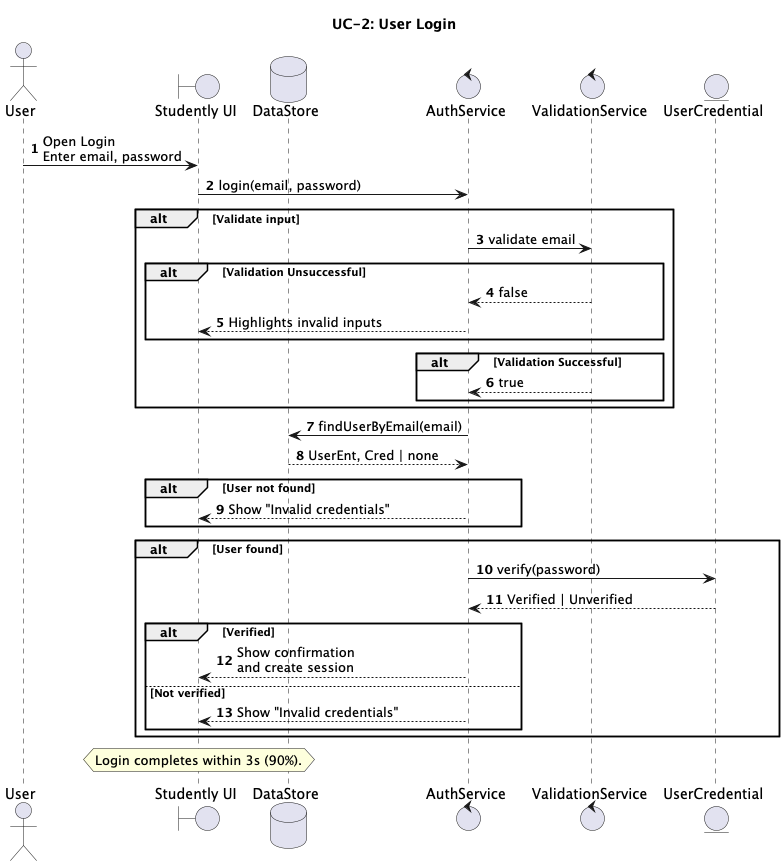
Above: src/com/cpp/project/uml/sequence/SD-UC-2-UC_2__User_Login.png in talhaahmed884/Adv.SE-Semester-Project (PlantUML), before the change. Its diagram source:
```plantuml
@startuml

title UC-2: User Login
autonumber

actor "User" as U
boundary "Studently UI" as UI
database "DataStore" as DB

control "AuthService" as AService
control "ValidationService" as vService
entity "UserCredential" as Cred

U -> UI: Open Login\nEnter email, password
UI -> AService: login(email, password)

alt Validate input
    AService -> vService: validate email

    alt Validation Unsuccessful
        vService --> AService: false
        AService --> UI: Highlights invalid inputs
    end
    alt Validation Successful
        vService --> AService: true
    end
end


AService -> DB: findUserByEmail(email)
DB --> AService: UserEnt, Cred | none

alt User not found
    AService --> UI: Show "Invalid credentials"
end

alt User found
    AService -> Cred: verify(password)
    Cred --> AService: Verified | Unverified

    alt Verified
        AService --> UI: Show confirmation\nand create session
    else Not verified
        AService --> UI: Show "Invalid credentials"
    end
end

hnote over UI
    Login completes within 3s (90%).
end hnote

@enduml
```
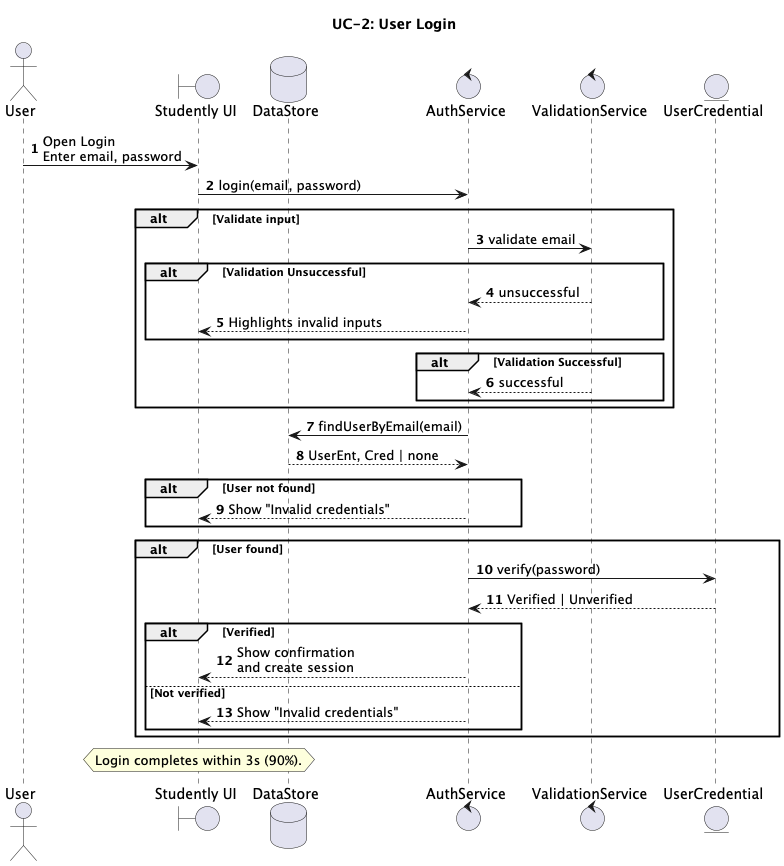
After the commit.

Change to the diagram source:
```diff
@@ -18,11 +18,11 @@
     AService -> vService: validate email
 
     alt Validation Unsuccessful
-        vService --> AService: false
+        vService --> AService: unsuccessful
         AService --> UI: Highlights invalid inputs
     end
     alt Validation Successful
-        vService --> AService: true
+        vService --> AService: successful
     end
 end
 
```
